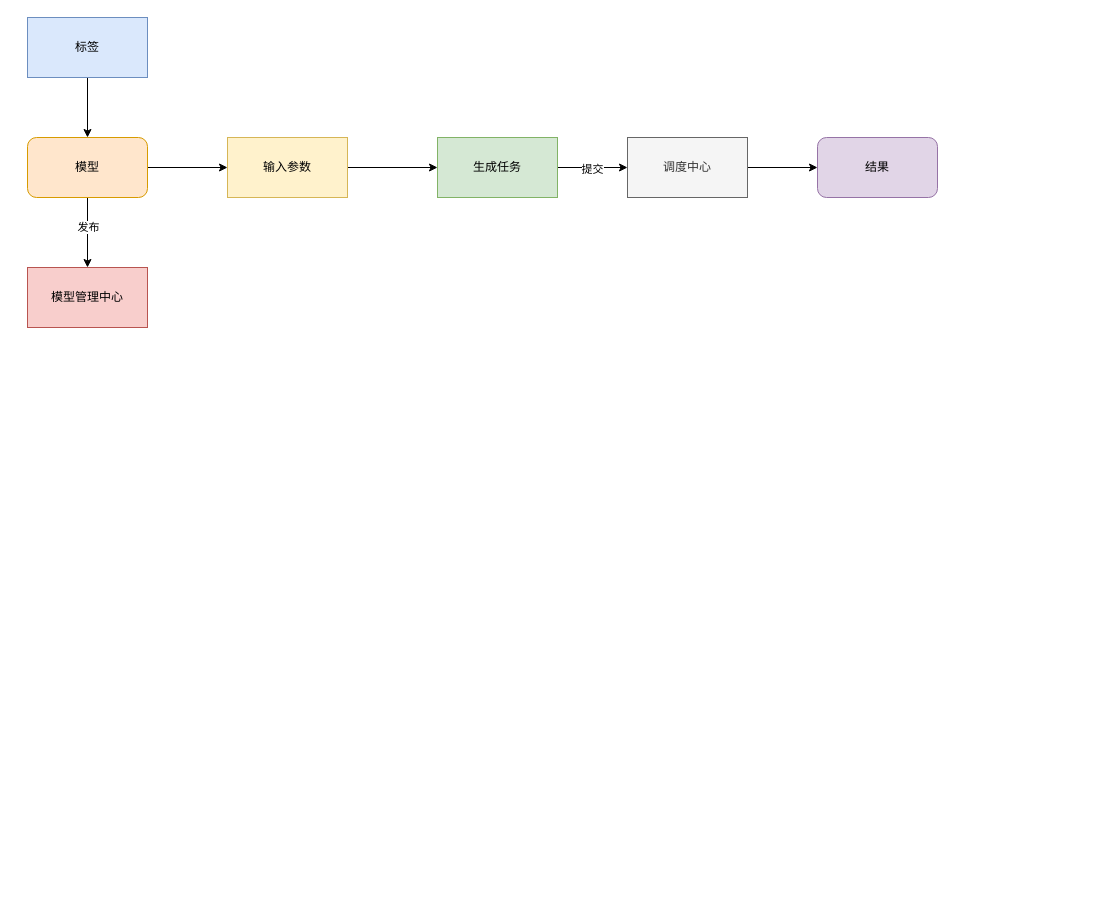
Above: flowchart001.drawio in cjaack2/Images_Repository (draw.io), before the change. Source tidied: cells renumbered, new cells numbered last; positions are measured from the earlier drawing's top-left corner, leaving out a move shared by most shapes. Both pictures are drawn from the tidied source at 100%, with x=0, y=0 at pixel (27, 17).
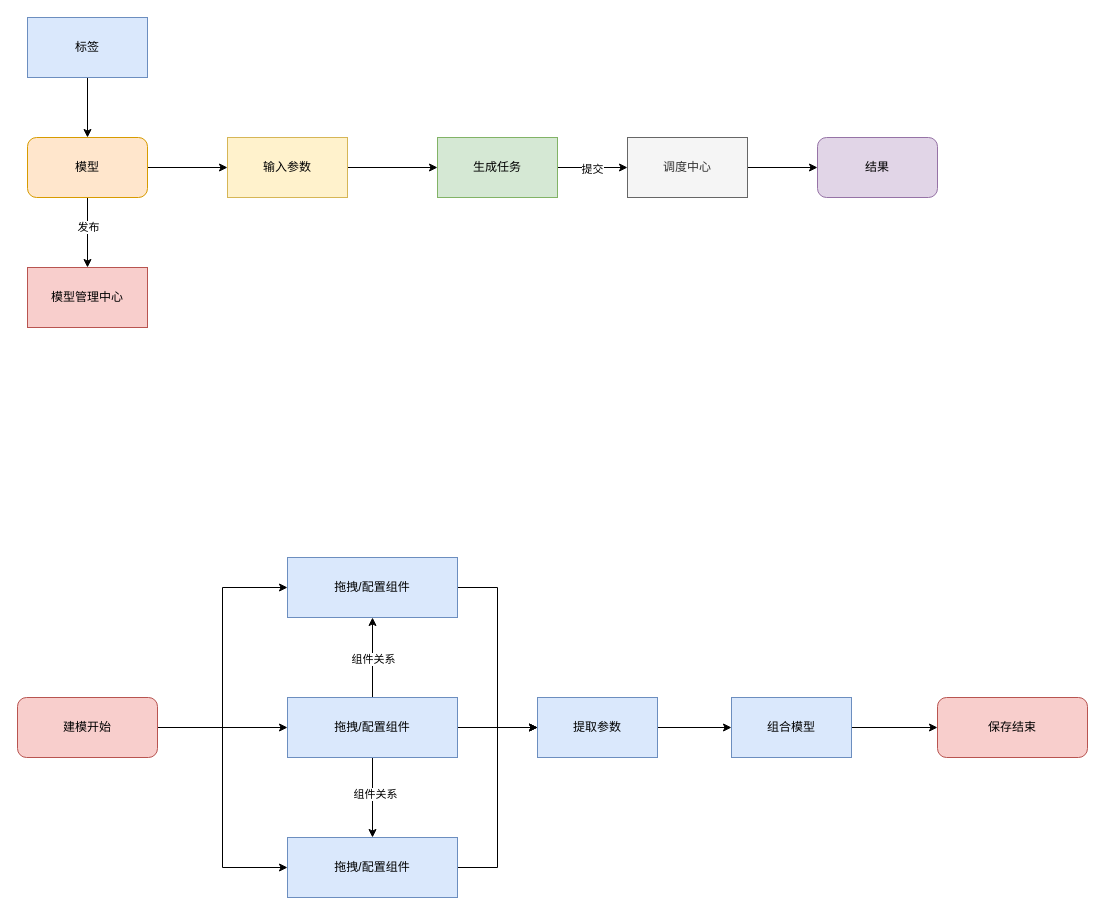
The same page after the edit.

The edit, as a diff of the source:
```diff
@@
+    <mxCell id="17" style="edgeStyle=orthogonalEdgeStyle;rounded=0;jettySize=auto;html=1;" parent="1" edge="1" source="20" target="26">
+      <mxGeometry relative="1" as="geometry">
+        <Array as="points">
+          <mxPoint x="270" y="710" />
+          <mxPoint x="270" y="710" />
+        </Array>
+      </mxGeometry>
+    </mxCell>
+    <mxCell id="18" style="edgeStyle=orthogonalEdgeStyle;rounded=0;jettySize=auto;html=1;entryX=0;entryY=0.5;entryDx=0;entryDy=0;" parent="1" edge="1" source="20" target="28">
+      <mxGeometry relative="1" as="geometry" />
+    </mxCell>
+    <mxCell id="19" style="edgeStyle=orthogonalEdgeStyle;rounded=0;jettySize=auto;html=1;entryX=0;entryY=0.5;entryDx=0;entryDy=0;" parent="1" edge="1" source="20" target="30">
+      <mxGeometry relative="1" as="geometry" />
+    </mxCell>
+    <mxCell id="20" value="建模开始" style="rounded=1;whiteSpace=wrap;html=1;glass=0;fillColor=#f8cecc;strokeColor=#b85450;" parent="1" vertex="1">
+      <mxGeometry x="-10" y="680" width="140" height="60" as="geometry" />
+    </mxCell>
+    <mxCell id="21" style="edgeStyle=orthogonalEdgeStyle;rounded=0;jettySize=auto;html=1;" parent="1" edge="1" source="26" target="28">
+      <mxGeometry relative="1" as="geometry" />
+    </mxCell>
+    <mxCell id="22" value="组件关系" style="edgeLabel;html=1;align=center;verticalAlign=middle;" parent="21" vertex="1">
+      <mxGeometry x="-0.03" relative="1" as="geometry" />
+    </mxCell>
+    <mxCell id="23" style="edgeStyle=orthogonalEdgeStyle;rounded=0;jettySize=auto;html=1;" parent="1" edge="1" source="26" target="30">
+      <mxGeometry relative="1" as="geometry" />
+    </mxCell>
+    <mxCell id="24" value="组件关系" style="edgeLabel;html=1;align=center;verticalAlign=middle;" parent="23" vertex="1">
+      <mxGeometry x="-0.1" y="2" relative="1" as="geometry" />
+    </mxCell>
+    <mxCell id="25" style="edgeStyle=orthogonalEdgeStyle;rounded=0;jettySize=auto;html=1;" parent="1" edge="1" source="26" target="32">
+      <mxGeometry relative="1" as="geometry" />
+    </mxCell>
+    <mxCell id="26" value="&lt;span&gt;拖拽/配置组件&lt;/span&gt;" style="whiteSpace=wrap;html=1;rounded=0;glass=0;fillColor=#dae8fc;strokeColor=#6c8ebf;" parent="1" vertex="1">
+      <mxGeometry x="260" y="680" width="170" height="60" as="geometry" />
+    </mxCell>
+    <mxCell id="27" style="edgeStyle=orthogonalEdgeStyle;rounded=0;jettySize=auto;html=1;exitX=1;exitY=0.5;exitDx=0;exitDy=0;entryX=0;entryY=0.5;entryDx=0;entryDy=0;" parent="1" edge="1" source="28" target="32">
+      <mxGeometry relative="1" as="geometry" />
+    </mxCell>
+    <mxCell id="28" value="拖拽/配置组件" style="whiteSpace=wrap;html=1;rounded=0;glass=0;fillColor=#dae8fc;strokeColor=#6c8ebf;" parent="1" vertex="1">
+      <mxGeometry x="260" y="540" width="170" height="60" as="geometry" />
+    </mxCell>
+    <mxCell id="29" style="edgeStyle=orthogonalEdgeStyle;rounded=0;jettySize=auto;html=1;entryX=0;entryY=0.5;entryDx=0;entryDy=0;" parent="1" edge="1" source="30" target="32">
+      <mxGeometry relative="1" as="geometry" />
+    </mxCell>
+    <mxCell id="30" value="&lt;span&gt;拖拽/配置组件&lt;/span&gt;" style="whiteSpace=wrap;html=1;rounded=0;glass=0;fillColor=#dae8fc;strokeColor=#6c8ebf;" parent="1" vertex="1">
+      <mxGeometry x="260" y="820" width="170" height="60" as="geometry" />
+    </mxCell>
+    <mxCell id="31" style="edgeStyle=orthogonalEdgeStyle;rounded=0;jettySize=auto;html=1;" parent="1" edge="1" source="32" target="34">
+      <mxGeometry relative="1" as="geometry" />
+    </mxCell>
+    <mxCell id="32" value="提取参数" style="whiteSpace=wrap;html=1;rounded=0;glass=0;fillColor=#dae8fc;strokeColor=#6c8ebf;" parent="1" vertex="1">
+      <mxGeometry x="510" y="680" width="120" height="60" as="geometry" />
+    </mxCell>
+    <mxCell id="33" style="edgeStyle=orthogonalEdgeStyle;rounded=0;jettySize=auto;html=1;" parent="1" edge="1" source="34" target="35">
+      <mxGeometry relative="1" as="geometry" />
+    </mxCell>
+    <mxCell id="34" value="组合模型" style="whiteSpace=wrap;html=1;rounded=0;glass=0;fillColor=#dae8fc;strokeColor=#6c8ebf;" parent="1" vertex="1">
+      <mxGeometry x="704" y="680" width="120" height="60" as="geometry" />
+    </mxCell>
+    <mxCell id="35" value="保存结束" style="whiteSpace=wrap;html=1;rounded=1;glass=0;fillColor=#f8cecc;strokeColor=#b85450;" parent="1" vertex="1">
+      <mxGeometry x="910" y="680" width="150" height="60" as="geometry" />
+    </mxCell>
```
